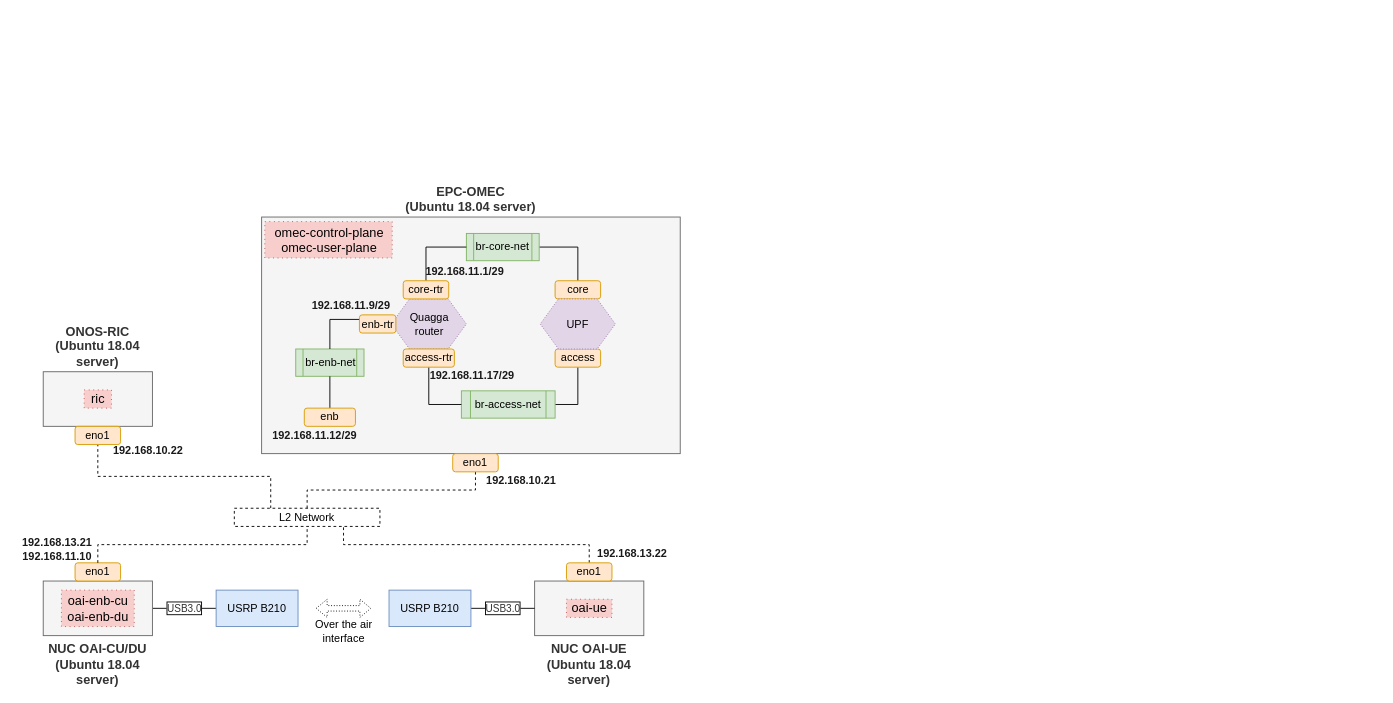
Earlier version of the draw.io diagram _static/images/hw_install.drawio (onosproject/sdran-docs). Source tidied: cells renumbered, new cells numbered last; positions are measured from the earlier drawing's top-left corner, leaving out a move shared by most shapes. Both pictures are drawn from the tidied source at 91%, with x=0, y=0 at pixel (15, 217).
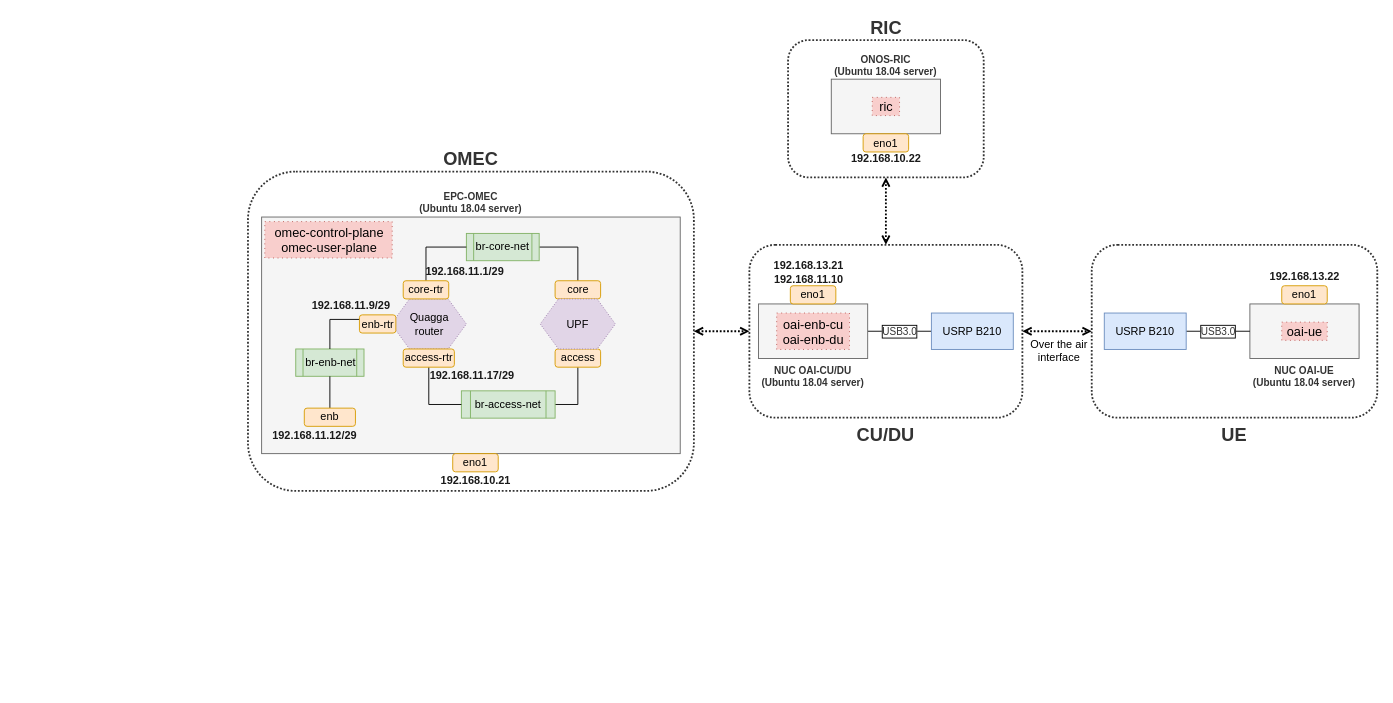
After the change.

The change refers to these unchanged cells:
```xml
<mxCell id="17" value="eno1" style="rounded=1;whiteSpace=wrap;html=1;fillColor=#ffe6cc;strokeColor=#d79b00;" parent="1" vertex="1">
  <mxGeometry x="480" y="260" width="50" height="20" as="geometry" />
</mxCell>
```

Change to the diagram source:
```diff
@@
+    <mxCell id="50" value="UE" style="rounded=1;whiteSpace=wrap;html=1;fillColor=none;dashed=1;dashPattern=1 1;labelPosition=center;verticalLabelPosition=bottom;align=center;verticalAlign=top;fontSize=20;fontStyle=1;fontColor=#333333;strokeColor=#333333;strokeWidth=2;" parent="1" vertex="1">
+      <mxGeometry x="1182.2" y="30.5" width="313.8" height="190" as="geometry" />
+    </mxCell>
+    <mxCell id="51" style="edgeStyle=orthogonalEdgeStyle;rounded=0;jettySize=auto;html=1;exitX=0.5;exitY=0;exitDx=0;exitDy=0;entryX=0.5;entryY=1;entryDx=0;entryDy=0;fontSize=11;startArrow=open;startFill=0;endArrow=open;endFill=0;dashed=1;dashPattern=1 1;strokeWidth=2;" parent="1" edge="1" source="53" target="54">
+      <mxGeometry relative="1" as="geometry" />
+    </mxCell>
+    <mxCell id="52" style="edgeStyle=orthogonalEdgeStyle;rounded=0;jettySize=auto;html=1;exitX=1;exitY=0.5;exitDx=0;exitDy=0;entryX=0;entryY=0.5;entryDx=0;entryDy=0;dashed=1;dashPattern=1 1;startArrow=open;startFill=0;endArrow=open;endFill=0;strokeWidth=2;fontSize=20;" parent="1" edge="1" source="53" target="50">
+      <mxGeometry relative="1" as="geometry" />
+    </mxCell>
+    <mxCell id="53" value="CU/DU" style="rounded=1;whiteSpace=wrap;html=1;fillColor=none;dashed=1;dashPattern=1 1;labelPosition=center;verticalLabelPosition=bottom;align=center;verticalAlign=top;fontSize=20;fontStyle=1;fontColor=#333333;strokeColor=#333333;strokeWidth=2;" parent="1" vertex="1">
+      <mxGeometry x="806" y="30.5" width="300" height="190" as="geometry" />
+    </mxCell>
+    <mxCell id="54" value="RIC" style="rounded=1;whiteSpace=wrap;html=1;fillColor=none;dashed=1;dashPattern=1 1;labelPosition=center;verticalLabelPosition=top;align=center;verticalAlign=bottom;fontSize=20;fontColor=#333333;fontStyle=1;strokeColor=#333333;strokeWidth=2;" parent="1" vertex="1">
+      <mxGeometry x="848.5" y="-194.5" width="215" height="151" as="geometry" />
+    </mxCell>
+    <mxCell id="55" style="edgeStyle=orthogonalEdgeStyle;rounded=0;jettySize=auto;html=1;exitX=1;exitY=0.5;exitDx=0;exitDy=0;entryX=0;entryY=0.5;entryDx=0;entryDy=0;dashed=1;dashPattern=1 1;startArrow=open;startFill=0;endArrow=open;endFill=0;strokeWidth=2;fontSize=11;" parent="1" edge="1" source="56" target="53">
+      <mxGeometry relative="1" as="geometry" />
+    </mxCell>
+    <mxCell id="56" value="OMEC" style="rounded=1;whiteSpace=wrap;html=1;fillColor=none;dashed=1;dashPattern=1 1;labelPosition=center;verticalLabelPosition=top;align=center;verticalAlign=bottom;fontSize=20;fontColor=#333333;fontStyle=1;strokeColor=#333333;strokeWidth=2;" parent="1" vertex="1">
+      <mxGeometry x="255" y="-50" width="490" height="351" as="geometry" />
+    </mxCell>
@@
-    <mxCell id="3" style="edgeStyle=orthogonalEdgeStyle;rounded=0;jettySize=auto;html=1;exitX=0.25;exitY=0;exitDx=0;exitDy=0;entryX=0.5;entryY=1;entryDx=0;entryDy=0;endArrow=none;endFill=0;dashed=1;" parent="1" edge="1" source="18" target="15">
-      <mxGeometry relative="1" as="geometry" />
-    </mxCell>
-    <mxCell id="4" style="edgeStyle=orthogonalEdgeStyle;rounded=0;jettySize=auto;html=1;exitX=0.5;exitY=0;exitDx=0;exitDy=0;entryX=0.5;entryY=1;entryDx=0;entryDy=0;endArrow=none;endFill=0;dashed=1;" parent="1" edge="1" source="18" target="17">
-      <mxGeometry relative="1" as="geometry" />
-    </mxCell>
-    <mxCell id="5" value="&lt;span style=&quot;text-align: center ; text-indent: 0px ; display: inline ; float: none&quot;&gt;NUC OAI-CU/DU&lt;br&gt;(Ubuntu 18.04 server)&lt;br style=&quot;font-size: 14px&quot;&gt;&lt;/span&gt;" style="rounded=0;whiteSpace=wrap;html=1;labelPosition=center;verticalLabelPosition=bottom;align=center;verticalAlign=top;fillColor=#f5f5f5;strokeColor=#666666;fontSize=14;fontColor=#333333;fontStyle=1;" parent="1" vertex="1">
-      <mxGeometry x="30" y="400" width="120" height="60" as="geometry" />
+    <mxCell id="5" value="&lt;span style=&quot;text-align: center; text-indent: 0px; display: inline; float: none; font-size: 11px;&quot;&gt;NUC OAI-CU/DU&lt;br style=&quot;font-size: 11px;&quot;&gt;(Ubuntu 18.04 server)&lt;br style=&quot;font-size: 11px;&quot;&gt;&lt;/span&gt;" style="rounded=0;whiteSpace=wrap;html=1;labelPosition=center;verticalLabelPosition=bottom;align=center;verticalAlign=top;fillColor=#f5f5f5;strokeColor=#666666;fontSize=11;fontColor=#333333;fontStyle=1;" parent="1" vertex="1">
+      <mxGeometry x="816" y="95.5" width="120" height="60" as="geometry" />
     </mxCell>
-    <mxCell id="6" value="NUC OAI-UE&lt;br style=&quot;font-size: 14px;&quot;&gt;&lt;span style=&quot;font-family: helvetica; font-size: 14px;&quot;&gt;(Ubuntu 18.04 server)&lt;/span&gt;" style="rounded=0;whiteSpace=wrap;html=1;labelPosition=center;verticalLabelPosition=bottom;align=center;verticalAlign=top;fillColor=#f5f5f5;strokeColor=#666666;fontSize=14;fontColor=#333333;fontStyle=1;" parent="1" vertex="1">
-      <mxGeometry x="570" y="400" width="120" height="60" as="geometry" />
+    <mxCell id="6" value="NUC OAI-UE&lt;br style=&quot;font-size: 11px;&quot;&gt;&lt;span style=&quot;font-family: helvetica; font-size: 11px;&quot;&gt;(Ubuntu 18.04 server)&lt;/span&gt;" style="rounded=0;whiteSpace=wrap;html=1;labelPosition=center;verticalLabelPosition=bottom;align=center;verticalAlign=top;fillColor=#f5f5f5;strokeColor=#666666;fontSize=11;fontColor=#333333;fontStyle=1;" parent="1" vertex="1">
+      <mxGeometry x="1356" y="95.5" width="120" height="60" as="geometry" />
     </mxCell>
-    <mxCell id="7" value="ONOS-RIC&lt;br style=&quot;font-size: 14px;&quot;&gt;&lt;span style=&quot;font-family: helvetica; font-size: 14px;&quot;&gt;(Ubuntu 18.04 server)&lt;/span&gt;" style="rounded=0;whiteSpace=wrap;html=1;labelPosition=center;verticalLabelPosition=top;align=center;verticalAlign=bottom;fillColor=#f5f5f5;strokeColor=#666666;fontSize=14;fontColor=#333333;fontStyle=1;" parent="1" vertex="1">
-      <mxGeometry x="30" y="170" width="120" height="60" as="geometry" />
+    <mxCell id="7" value="ONOS-RIC&lt;br style=&quot;font-size: 11px;&quot;&gt;&lt;span style=&quot;font-family: helvetica; font-size: 11px;&quot;&gt;(Ubuntu 18.04 server)&lt;/span&gt;" style="rounded=0;whiteSpace=wrap;html=1;labelPosition=center;verticalLabelPosition=top;align=center;verticalAlign=bottom;fillColor=#f5f5f5;strokeColor=#666666;fontSize=11;fontColor=#333333;fontStyle=1;" parent="1" vertex="1">
+      <mxGeometry x="896" y="-151.5" width="120" height="60" as="geometry" />
     </mxCell>
     <mxCell id="8" value="USRP B210" style="rounded=0;whiteSpace=wrap;html=1;fillColor=#dae8fc;strokeColor=#6c8ebf;" parent="1" vertex="1">
-      <mxGeometry x="220" y="410" width="90" height="40" as="geometry" />
+      <mxGeometry x="1006" y="105.5" width="90" height="40" as="geometry" />
     </mxCell>
@@
     <mxCell id="10" value="USRP B210" style="rounded=0;whiteSpace=wrap;html=1;fillColor=#dae8fc;strokeColor=#6c8ebf;" parent="1" vertex="1">
-      <mxGeometry x="410" y="410" width="90" height="40" as="geometry" />
+      <mxGeometry x="1196" y="105.5" width="90" height="40" as="geometry" />
     </mxCell>
-    <mxCell id="11" style="shape=doubleArrow;whiteSpace=wrap;html=1;dashed=1;dashPattern=1 2;" parent="1" vertex="1">
-      <mxGeometry x="330" y="420" width="60" height="20" as="geometry" />
-    </mxCell>
-    <mxCell id="12" value="EPC-OMEC&lt;br style=&quot;font-size: 14px&quot;&gt;&lt;span style=&quot;font-family: &amp;#34;helvetica&amp;#34; ; font-size: 14px&quot;&gt;(Ubuntu 18.04 server)&lt;/span&gt;" style="rounded=0;whiteSpace=wrap;html=1;labelPosition=center;verticalLabelPosition=top;align=center;verticalAlign=bottom;fillColor=#f5f5f5;strokeColor=#666666;fontSize=14;fontColor=#333333;fontStyle=1;" parent="1" vertex="1">
+    <mxCell id="12" value="EPC-OMEC&lt;br style=&quot;font-size: 11px;&quot;&gt;&lt;span style=&quot;font-family: helvetica; font-size: 11px;&quot;&gt;(Ubuntu 18.04 server)&lt;/span&gt;" style="rounded=0;whiteSpace=wrap;html=1;labelPosition=center;verticalLabelPosition=top;align=center;verticalAlign=bottom;fillColor=#f5f5f5;strokeColor=#666666;fontSize=11;fontColor=#333333;fontStyle=1;" parent="1" vertex="1">
       <mxGeometry x="270" width="460" height="260" as="geometry" />
     </mxCell>
-    <mxCell id="13" style="edgeStyle=orthogonalEdgeStyle;rounded=0;jettySize=auto;html=1;exitX=0.5;exitY=0;exitDx=0;exitDy=0;entryX=0.75;entryY=1;entryDx=0;entryDy=0;endArrow=none;endFill=0;dashed=1;" parent="1" edge="1" source="14" target="18">
-      <mxGeometry relative="1" as="geometry" />
-    </mxCell>
     <mxCell id="14" value="eno1" style="rounded=1;whiteSpace=wrap;html=1;fillColor=#ffe6cc;strokeColor=#d79b00;" parent="1" vertex="1">
-      <mxGeometry x="605" y="380" width="50" height="20" as="geometry" />
+      <mxGeometry x="1391" y="75.5" width="50" height="20" as="geometry" />
     </mxCell>
     <mxCell id="15" value="eno1" style="rounded=1;whiteSpace=wrap;html=1;fillColor=#ffe6cc;strokeColor=#d79b00;" parent="1" vertex="1">
-      <mxGeometry x="65" y="230" width="50" height="20" as="geometry" />
+      <mxGeometry x="931" y="-91.5" width="50" height="20" as="geometry" />
     </mxCell>
     <mxCell id="16" value="eno1" style="rounded=1;whiteSpace=wrap;html=1;fillColor=#ffe6cc;strokeColor=#d79b00;" parent="1" vertex="1">
-      <mxGeometry x="65" y="380" width="50" height="20" as="geometry" />
+      <mxGeometry x="851" y="75.5" width="50" height="20" as="geometry" />
     </mxCell>
@@
-    <mxCell id="18" value="L2 Network" style="rounded=0;whiteSpace=wrap;html=1;dashed=1;" parent="1" vertex="1">
-      <mxGeometry x="240" y="320" width="160" height="20" as="geometry" />
-    </mxCell>
-    <mxCell id="19" style="edgeStyle=orthogonalEdgeStyle;rounded=0;jettySize=auto;html=1;exitX=0.5;exitY=0;exitDx=0;exitDy=0;entryX=0.5;entryY=1;entryDx=0;entryDy=0;endArrow=none;endFill=0;dashed=1;" parent="1" edge="1" source="16" target="18">
-      <mxGeometry relative="1" as="geometry" />
-    </mxCell>
     <mxCell id="20" value="oai-enb-cu&lt;br style=&quot;font-size: 14px;&quot;&gt;oai-enb-du" style="text;html=1;align=center;verticalAlign=middle;strokeColor=#b85450;dashed=1;dashPattern=1 4;glass=0;fillColor=#f8cecc;fontSize=14;" parent="1" vertex="1">
-      <mxGeometry x="50" y="410" width="80" height="40" as="geometry" />
+      <mxGeometry x="836" y="105.5" width="80" height="40" as="geometry" />
     </mxCell>
     <mxCell id="21" value="oai-ue" style="text;html=1;align=center;verticalAlign=middle;strokeColor=#b85450;dashed=1;dashPattern=1 4;fillColor=#f8cecc;fontSize=14;glass=0;" parent="1" vertex="1">
-      <mxGeometry x="605" y="420" width="50" height="20" as="geometry" />
+      <mxGeometry x="1391" y="115.5" width="50" height="20" as="geometry" />
     </mxCell>
     <mxCell id="22" value="ric" style="text;html=1;align=center;verticalAlign=middle;dashed=1;dashPattern=1 4;strokeColor=#b85450;fillColor=#f8cecc;fontSize=14;glass=0;" parent="1" vertex="1">
-      <mxGeometry x="75" y="190" width="30" height="20" as="geometry" />
+      <mxGeometry x="941" y="-131.5" width="30" height="20" as="geometry" />
     </mxCell>
@@
     <mxCell id="41" value="&lt;span style=&quot;box-sizing: border-box&quot;&gt;192.168.13.22&lt;/span&gt;" style="text;html=1;align=center;verticalAlign=middle;fontStyle=1;fontColor=#1A1A1A;" parent="1" vertex="1">
-      <mxGeometry x="632" y="360" width="90" height="20" as="geometry" />
+      <mxGeometry x="1371" y="55.5" width="90" height="20" as="geometry" />
     </mxCell>
     <mxCell id="42" value="&lt;span style=&quot;box-sizing: border-box&quot;&gt;192.168.10.22&lt;/span&gt;" style="text;html=1;align=center;verticalAlign=middle;fontStyle=1;fontColor=#1A1A1A;" parent="1" vertex="1">
-      <mxGeometry x="100" y="247" width="90" height="20" as="geometry" />
+      <mxGeometry x="911" y="-74.5" width="90" height="20" as="geometry" />
     </mxCell>
     <mxCell id="43" value="&lt;span style=&quot;box-sizing: border-box&quot;&gt;192.168.10.21&lt;/span&gt;" style="text;html=1;align=center;verticalAlign=middle;fontStyle=1;fontColor=#1A1A1A;" parent="1" vertex="1">
-      <mxGeometry x="510" y="280" width="90" height="20" as="geometry" />
+      <mxGeometry x="460" y="280" width="90" height="20" as="geometry" />
     </mxCell>
@@
     <mxCell id="48" value="Over the air&lt;br&gt;interface" style="text;html=1;align=center;verticalAlign=middle;" parent="1" vertex="1">
-      <mxGeometry x="320" y="440" width="80" height="30" as="geometry" />
+      <mxGeometry x="1106" y="131.5" width="80" height="30" as="geometry" />
     </mxCell>
     <mxCell id="49" value="&lt;span style=&quot;box-sizing: border-box&quot;&gt;192.168.13.21&lt;br&gt;192.168.11.10&lt;/span&gt;" style="text;html=1;align=center;verticalAlign=middle;fontStyle=1;fontColor=#1A1A1A;" parent="1" vertex="1">
-      <mxGeometry y="350" width="90" height="30" as="geometry" />
+      <mxGeometry x="826" y="45.5" width="90" height="30" as="geometry" />
     </mxCell>
```
